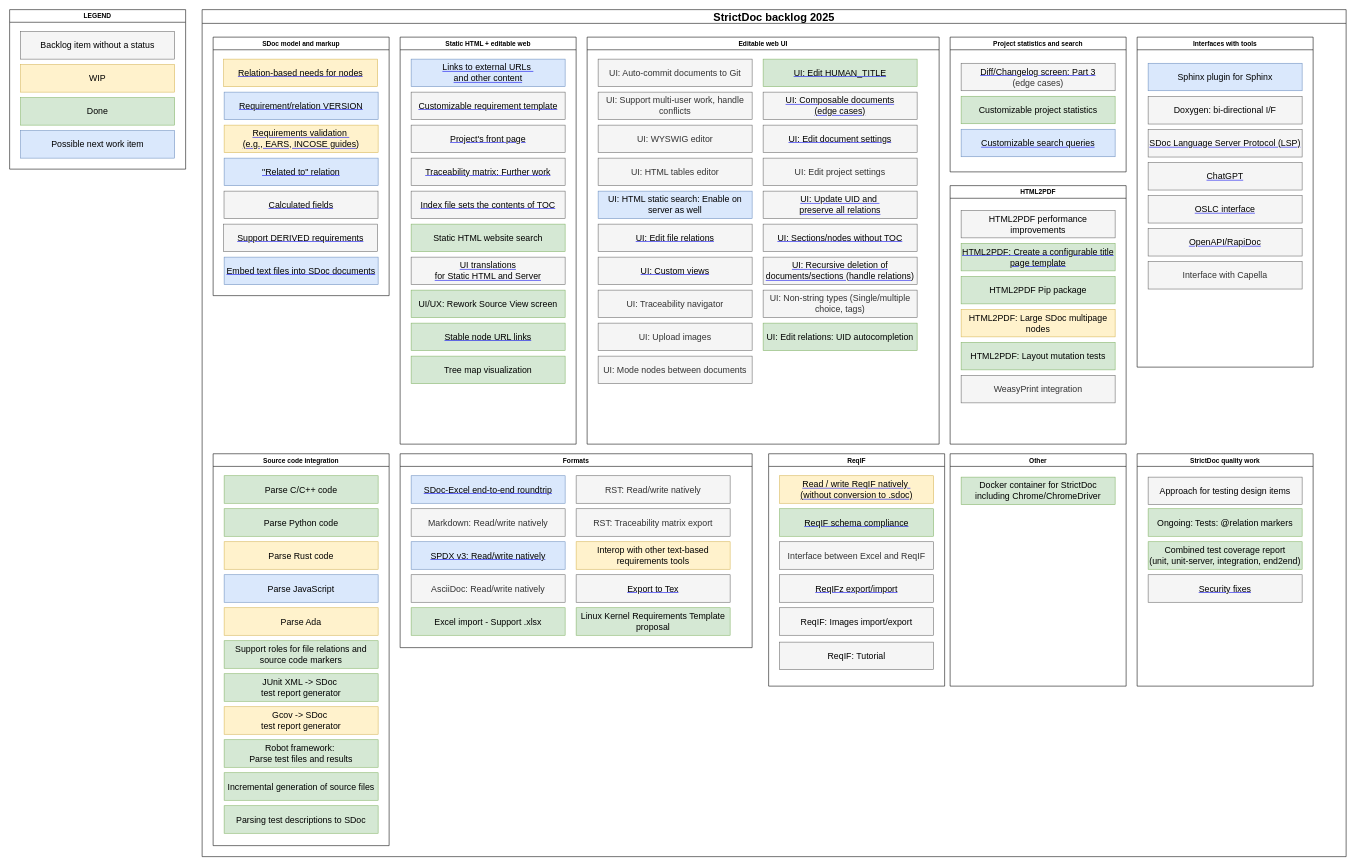
The draw.io diagram developer/drawio/Backlog.drawio in strictdoc-project/strictdoc, before the edit. Source tidied: cells renumbered, new cells numbered last; positions are measured from the earlier drawing's top-left corner, leaving out a move shared by most shapes. Both pictures are drawn from the tidied source at 55%, with x=0, y=0 at pixel (9, 9).
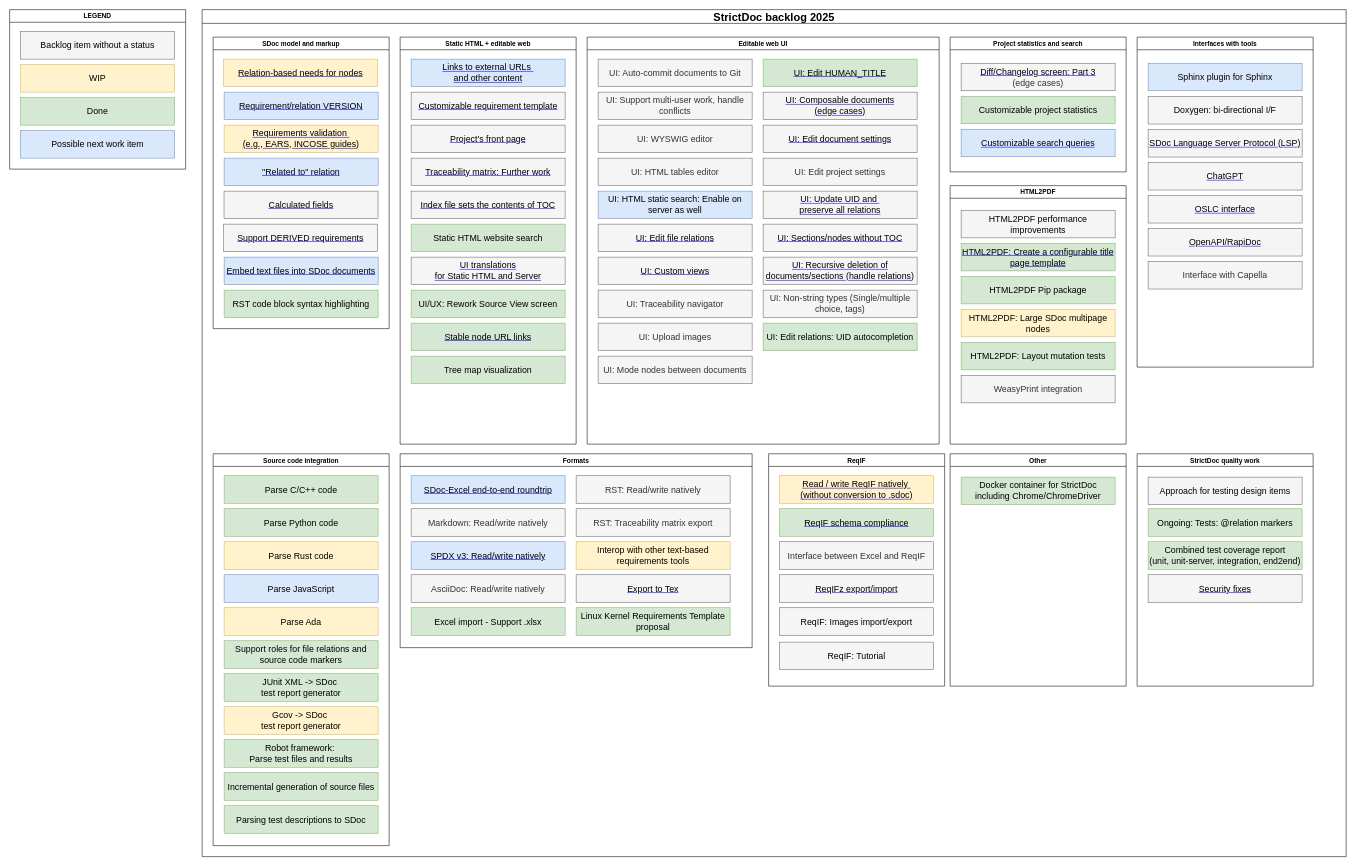
After the change.

Commit message (it also covers changes not shown here):
feat(export/html): enable syntax highlighting for RST 'code' directive

Unchanged cells that the change refers to:
```xml
<mxCell id="2" value="StrictDoc backlog 2025" style="swimlane;swimlaneFillColor=default;fontSize=20;startSize=25;" parent="1" vertex="1">
  <mxGeometry x="350" width="2080" height="1540" as="geometry" />
</mxCell>
<mxCell id="68" value="Static HTML + editable web" style="swimlane;" parent="2" vertex="1">
  <mxGeometry x="360" y="50" width="320" height="740" as="geometry" />
</mxCell>
```

Diff of the diagram source:
```diff
@@
     <mxCell id="21" value="SDoc model and markup" style="swimlane;" parent="2" vertex="1">
-      <mxGeometry x="20" y="50" width="320" height="470" as="geometry" />
+      <mxGeometry x="20" y="50" width="320" height="530" as="geometry" />
     </mxCell>
@@
+    <mxCell id="103" value="&lt;font color=&quot;#000000&quot;&gt;RST code block syntax highlighting&lt;/font&gt;" style="text;html=1;strokeColor=#82b366;fillColor=#d5e8d4;align=center;verticalAlign=middle;whiteSpace=wrap;rounded=0;fontStyle=0;fontSize=16;" parent="68" vertex="1">
+      <mxGeometry x="-320" y="460" width="280" height="50" as="geometry" />
+    </mxCell>
```
